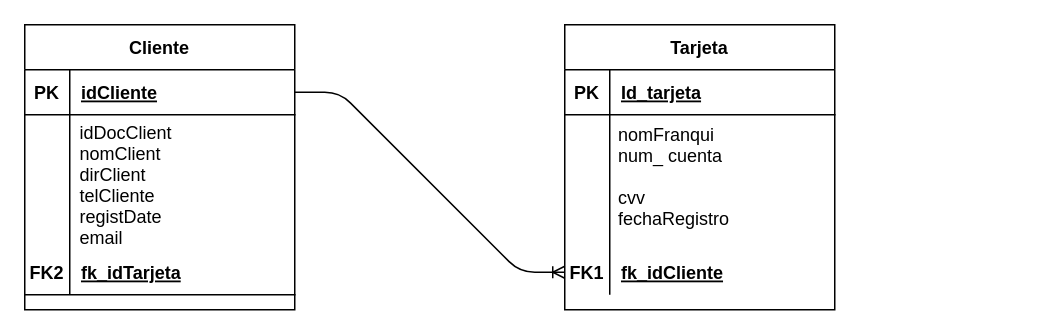
Above: Untitled Diagram.drawio in mecs123/ClienteTarjetaSpringBoot (draw.io), before the change. Source tidied: cells renumbered, new cells numbered last; positions are measured from the earlier drawing's top-left corner, leaving out a move shared by most shapes. Both pictures are drawn from the tidied source at 150%, with x=0, y=0 at pixel (24, 24).
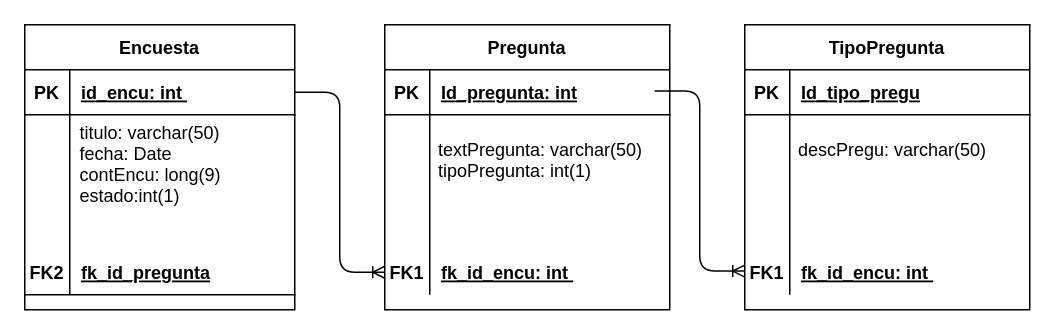
The same diagram, later.

The change refers to these unchanged cells:
```xml
<mxCell id="3" style="shape=partialRectangle;fillColor=none;top=0;left=0;bottom=1;right=0;points=[[0,0.5],[1,0.5]];portConstraint=eastwest;" parent="2" vertex="1">
  <mxGeometry y="30" width="180" height="30" as="geometry" />
</mxCell>
<mxCell id="15" style="shape=partialRectangle;fillColor=none;top=0;left=0;bottom=1;right=0;" parent="2" vertex="1">
  <mxGeometry y="150" width="180" height="30" as="geometry" />
</mxCell>
```

Change to the diagram source:
```diff
@@
-    <mxCell id="2" value="Cliente" style="shape=table;startSize=30;childLayout=tableLayout;rowLines=0;fontStyle=1;align=center;" parent="1" vertex="1">
+    <mxCell id="2" value="Encuesta" style="shape=table;startSize=30;childLayout=tableLayout;rowLines=0;fontStyle=1;align=center;" parent="1" vertex="1">
       <mxGeometry width="180" height="190" as="geometry" />
     </mxCell>
@@
-    <mxCell id="5" value="idCliente" style="shape=partialRectangle;fillColor=none;top=0;left=0;bottom=0;right=0;align=left;spacingLeft=6;fontStyle=5;overflow=hidden;" parent="3" vertex="1">
+    <mxCell id="5" value="id_encu: int " style="shape=partialRectangle;fillColor=none;top=0;left=0;bottom=0;right=0;align=left;spacingLeft=6;fontStyle=5;overflow=hidden;" parent="3" vertex="1">
       <mxGeometry x="30" width="150" height="30" as="geometry" />
     </mxCell>
@@
-    <mxCell id="17" value="fk_idTarjeta" style="shape=partialRectangle;fillColor=none;top=0;left=0;bottom=0;right=0;align=left;spacingLeft=6;fontStyle=5;overflow=hidden;" parent="15" vertex="1">
+    <mxCell id="17" value="fk_id_pregunta" style="shape=partialRectangle;fillColor=none;top=0;left=0;bottom=0;right=0;align=left;spacingLeft=6;fontStyle=5;overflow=hidden;" parent="15" vertex="1">
       <mxGeometry x="30" width="150" height="30" as="geometry" />
     </mxCell>
-    <mxCell id="18" value="Tarjeta" style="shape=table;startSize=30;childLayout=tableLayout;rowLines=0;fontStyle=1;align=center;" parent="1" vertex="1">
-      <mxGeometry x="360" width="180" height="190" as="geometry" />
+    <mxCell id="18" value="Pregunta" style="shape=table;startSize=30;childLayout=tableLayout;rowLines=0;fontStyle=1;align=center;" parent="1" vertex="1">
+      <mxGeometry x="240" width="190" height="190" as="geometry" />
     </mxCell>
     <mxCell id="19" style="shape=partialRectangle;fillColor=none;top=0;left=0;bottom=1;right=0;" parent="18" vertex="1">
-      <mxGeometry y="30" width="180" height="30" as="geometry" />
+      <mxGeometry y="30" width="190" height="30" as="geometry" />
     </mxCell>
@@
-    <mxCell id="21" value="Id_tarjeta" style="shape=partialRectangle;fillColor=none;top=0;left=0;bottom=0;right=0;align=left;spacingLeft=6;fontStyle=5;overflow=hidden;" parent="19" vertex="1">
-      <mxGeometry x="30" width="150" height="30" as="geometry" />
+    <mxCell id="21" value="Id_pregunta: int" style="shape=partialRectangle;fillColor=none;top=0;left=0;bottom=0;right=0;align=left;spacingLeft=6;fontStyle=5;overflow=hidden;" parent="19" vertex="1">
+      <mxGeometry x="30" width="160" height="30" as="geometry" />
     </mxCell>
     <mxCell id="22" style="shape=partialRectangle;fillColor=none;top=0;left=0;bottom=0;right=0;" parent="18" vertex="1">
-      <mxGeometry y="60" width="180" height="30" as="geometry" />
+      <mxGeometry y="60" width="190" height="30" as="geometry" />
     </mxCell>
@@
     <mxCell id="24" style="shape=partialRectangle;fillColor=none;top=0;left=0;bottom=0;right=0;align=left;spacingLeft=6;overflow=hidden;" parent="22" vertex="1">
-      <mxGeometry x="30" width="150" height="30" as="geometry" />
+      <mxGeometry x="30" width="160" height="30" as="geometry" />
     </mxCell>
     <mxCell id="25" style="shape=partialRectangle;fillColor=none;top=0;left=0;bottom=0;right=0;" parent="18" vertex="1">
-      <mxGeometry y="90" width="180" height="30" as="geometry" />
+      <mxGeometry y="90" width="190" height="30" as="geometry" />
     </mxCell>
@@
     <mxCell id="27" style="shape=partialRectangle;fillColor=none;top=0;left=0;bottom=0;right=0;align=left;spacingLeft=6;overflow=hidden;" parent="25" vertex="1">
-      <mxGeometry x="30" width="150" height="30" as="geometry" />
+      <mxGeometry x="30" width="160" height="30" as="geometry" />
     </mxCell>
     <mxCell id="28" style="shape=partialRectangle;fillColor=none;top=0;left=0;bottom=0;right=0;" parent="18" vertex="1">
-      <mxGeometry y="120" width="180" height="30" as="geometry" />
+      <mxGeometry y="120" width="190" height="30" as="geometry" />
     </mxCell>
@@
     <mxCell id="30" style="shape=partialRectangle;fillColor=none;top=0;left=0;bottom=0;right=0;align=left;spacingLeft=6;overflow=hidden;" parent="28" vertex="1">
-      <mxGeometry x="30" width="150" height="30" as="geometry" />
+      <mxGeometry x="30" width="160" height="30" as="geometry" />
     </mxCell>
     <mxCell id="31" style="shape=partialRectangle;fillColor=none;top=0;left=0;bottom=0;right=0;points=[[0,0.5],[1,0.5]];portConstraint=eastwest;" parent="18" vertex="1">
-      <mxGeometry y="150" width="180" height="30" as="geometry" />
+      <mxGeometry y="150" width="190" height="30" as="geometry" />
     </mxCell>
@@
-    <mxCell id="33" value="fk_idCliente" style="shape=partialRectangle;fillColor=none;top=0;left=0;bottom=0;right=0;align=left;spacingLeft=6;fontStyle=5;overflow=hidden;" parent="31" vertex="1">
-      <mxGeometry x="30" width="150" height="30" as="geometry" />
+    <mxCell id="33" value="fk_id_encu: int " style="shape=partialRectangle;fillColor=none;top=0;left=0;bottom=0;right=0;align=left;spacingLeft=6;fontStyle=5;overflow=hidden;" parent="31" vertex="1">
+      <mxGeometry x="30" width="160" height="30" as="geometry" />
     </mxCell>
-    <mxCell id="34" value="nomFranqui&#10;num_ cuenta&#10;&#10;cvv&#10;fechaRegistro" style="text;strokeColor=none;fillColor=none;align=left;verticalAlign=top;spacingLeft=4;spacingRight=4;overflow=hidden;" parent="1" vertex="1">
-      <mxGeometry x="390" y="60" width="140" height="80" as="geometry" />
+    <mxCell id="34" value="textPregunta: varchar(50)&#10;tipoPregunta: int(1)&#10;" style="text;strokeColor=none;fillColor=none;align=left;verticalAlign=top;spacingLeft=4;spacingRight=4;overflow=hidden;" parent="1" vertex="1">
+      <mxGeometry x="270" y="70" width="150" height="80" as="geometry" />
     </mxCell>
-    <mxCell id="35" value="idDocClient&#10;nomClient&#10;dirClient&#10;telCliente&#10;registDate&#10;email&#10;" style="text;strokeColor=none;fillColor=none;align=left;verticalAlign=top;spacingLeft=4;spacingRight=4;overflow=hidden;" parent="1" vertex="1">
+    <mxCell id="35" value="titulo: varchar(50)&#10;fecha: Date&#10;contEncu: long(9)&#10;estado:int(1)" style="text;strokeColor=none;fillColor=none;align=left;verticalAlign=top;spacingLeft=4;spacingRight=4;overflow=hidden;" parent="1" vertex="1">
       <mxGeometry x="31" y="58.5" width="140" height="91.5" as="geometry" />
     </mxCell>
@@
+    <mxCell id="37" value="TipoPregunta" style="shape=table;startSize=30;childLayout=tableLayout;rowLines=0;fontStyle=1;align=center;" parent="1" vertex="1">
+      <mxGeometry x="480" width="190" height="190" as="geometry" />
+    </mxCell>
+    <mxCell id="38" style="shape=partialRectangle;fillColor=none;top=0;left=0;bottom=1;right=0;" parent="37" vertex="1">
+      <mxGeometry y="30" width="190" height="30" as="geometry" />
+    </mxCell>
+    <mxCell id="39" value="PK" style="shape=partialRectangle;fillColor=none;top=0;left=0;bottom=0;right=0;fontStyle=1;overflow=hidden;" parent="38" vertex="1">
+      <mxGeometry width="30" height="30" as="geometry" />
+    </mxCell>
+    <mxCell id="40" value="Id_tipo_pregu" style="shape=partialRectangle;fillColor=none;top=0;left=0;bottom=0;right=0;align=left;spacingLeft=6;fontStyle=5;overflow=hidden;" parent="38" vertex="1">
+      <mxGeometry x="30" width="160" height="30" as="geometry" />
+    </mxCell>
+    <mxCell id="41" style="shape=partialRectangle;fillColor=none;top=0;left=0;bottom=0;right=0;" parent="37" vertex="1">
+      <mxGeometry y="60" width="190" height="30" as="geometry" />
+    </mxCell>
+    <mxCell id="42" style="shape=partialRectangle;fillColor=none;top=0;left=0;bottom=0;right=0;overflow=hidden;" parent="41" vertex="1">
+      <mxGeometry width="30" height="30" as="geometry" />
+    </mxCell>
+    <mxCell id="43" style="shape=partialRectangle;fillColor=none;top=0;left=0;bottom=0;right=0;align=left;spacingLeft=6;overflow=hidden;" parent="41" vertex="1">
+      <mxGeometry x="30" width="160" height="30" as="geometry" />
+    </mxCell>
+    <mxCell id="44" style="shape=partialRectangle;fillColor=none;top=0;left=0;bottom=0;right=0;" parent="37" vertex="1">
+      <mxGeometry y="90" width="190" height="30" as="geometry" />
+    </mxCell>
+    <mxCell id="45" style="shape=partialRectangle;fillColor=none;top=0;left=0;bottom=0;right=0;overflow=hidden;" parent="44" vertex="1">
+      <mxGeometry width="30" height="30" as="geometry" />
+    </mxCell>
+    <mxCell id="46" style="shape=partialRectangle;fillColor=none;top=0;left=0;bottom=0;right=0;align=left;spacingLeft=6;overflow=hidden;" parent="44" vertex="1">
+      <mxGeometry x="30" width="160" height="30" as="geometry" />
+    </mxCell>
+    <mxCell id="47" style="shape=partialRectangle;fillColor=none;top=0;left=0;bottom=0;right=0;" parent="37" vertex="1">
+      <mxGeometry y="120" width="190" height="30" as="geometry" />
+    </mxCell>
+    <mxCell id="48" style="shape=partialRectangle;fillColor=none;top=0;left=0;bottom=0;right=0;overflow=hidden;" parent="47" vertex="1">
+      <mxGeometry width="30" height="30" as="geometry" />
+    </mxCell>
+    <mxCell id="49" style="shape=partialRectangle;fillColor=none;top=0;left=0;bottom=0;right=0;align=left;spacingLeft=6;overflow=hidden;" parent="47" vertex="1">
+      <mxGeometry x="30" width="160" height="30" as="geometry" />
+    </mxCell>
+    <mxCell id="50" style="shape=partialRectangle;fillColor=none;top=0;left=0;bottom=0;right=0;" parent="37" vertex="1">
+      <mxGeometry y="150" width="190" height="30" as="geometry" />
+    </mxCell>
+    <mxCell id="51" value="FK1" style="shape=partialRectangle;fillColor=none;top=0;left=0;bottom=0;right=0;fontStyle=1;overflow=hidden;" parent="50" vertex="1">
+      <mxGeometry width="30" height="30" as="geometry" />
+    </mxCell>
+    <mxCell id="52" value="fk_id_encu: int " style="shape=partialRectangle;fillColor=none;top=0;left=0;bottom=0;right=0;align=left;spacingLeft=6;fontStyle=5;overflow=hidden;" parent="50" vertex="1">
+      <mxGeometry x="30" width="160" height="30" as="geometry" />
+    </mxCell>
+    <mxCell id="53" value="descPregu: varchar(50)&#10;" style="text;strokeColor=none;fillColor=none;align=left;verticalAlign=top;spacingLeft=4;spacingRight=4;overflow=hidden;" parent="1" vertex="1">
+      <mxGeometry x="510" y="70" width="150" height="80" as="geometry" />
+    </mxCell>
+    <mxCell id="54" style="edgeStyle=entityRelationEdgeStyle;fontSize=12;html=1;endArrow=ERoneToMany;exitX=1;exitY=0.5;exitDx=0;exitDy=0;" parent="1" edge="1">
+      <mxGeometry relative="1" as="geometry">
+        <mxPoint x="420" y="44.2" as="sourcePoint" />
+        <mxPoint x="480" y="164.2" as="targetPoint" />
+      </mxGeometry>
+    </mxCell>
```
